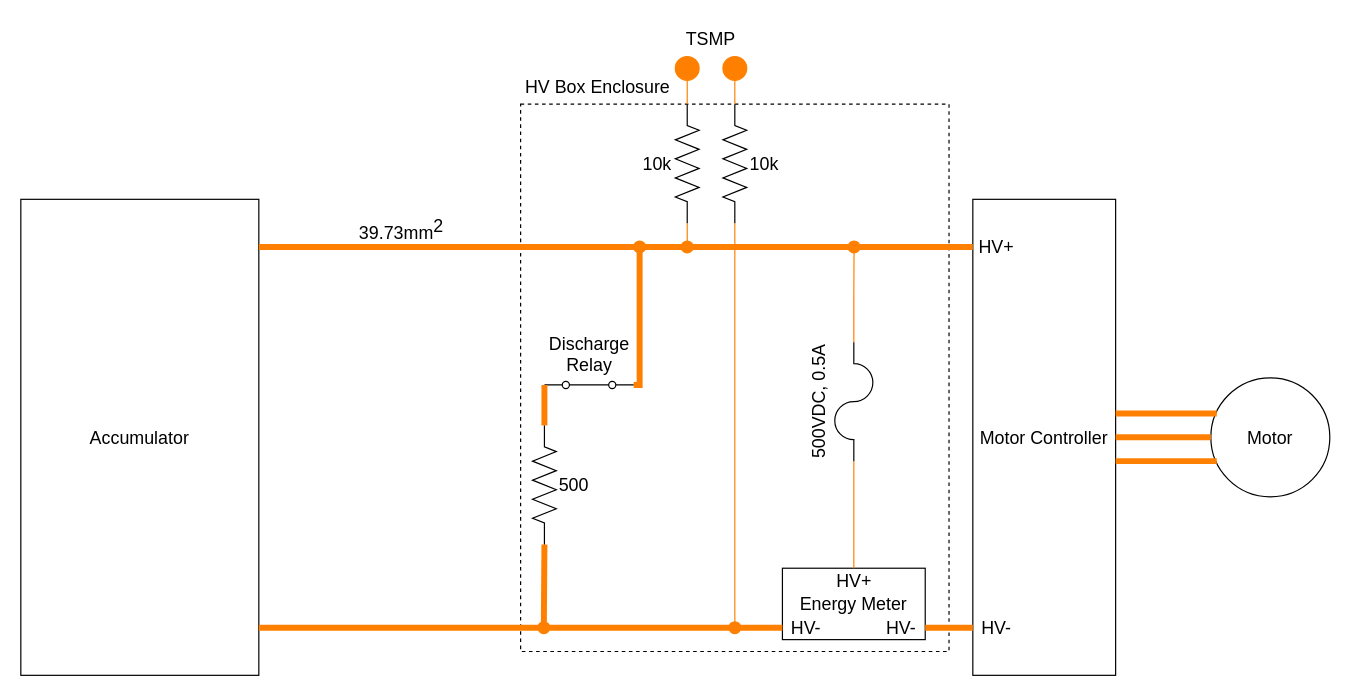
ST04-tkmr/drawio_Schematics keeps this draw.io diagram as page "TractiveSystemCircuit" (2 of 9) of EVCircuit.drawio. Above is the earlier version. Source tidied: cells renumbered, new cells numbered last; positions are measured from the earlier drawing's top-left corner, leaving out a move shared by most shapes. Both pictures are drawn from the tidied source at 119%, with x=0, y=0 at pixel (20, 20).
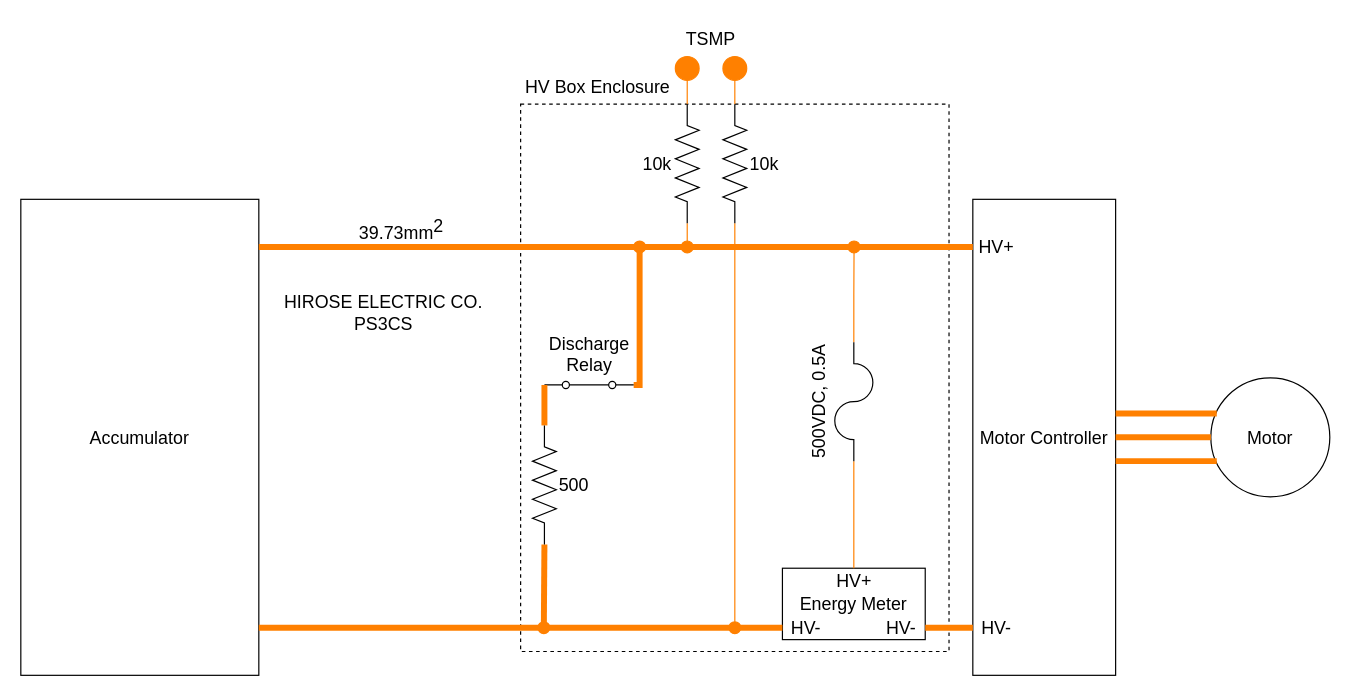
After the change.

Change to the diagram source:
```diff
@@
+    <mxCell id="42" value="HIROSE ELECTRIC CO.&lt;br&gt;PS3CS" style="text;strokeColor=none;align=center;fillColor=none;html=1;verticalAlign=middle;whiteSpace=wrap;rounded=0;fontSize=15;" parent="1" vertex="1">
+      <mxGeometry x="220" y="230" width="170" height="30" as="geometry" />
+    </mxCell>
```
